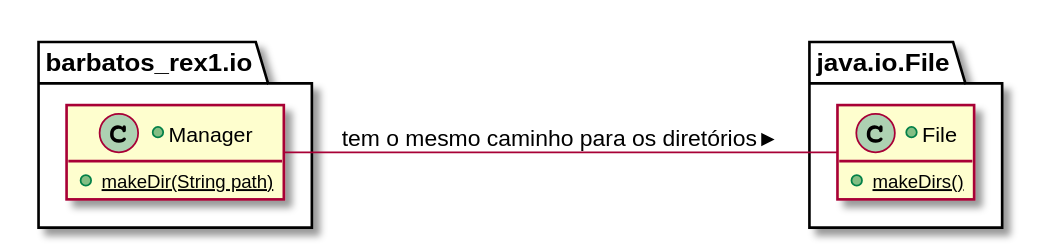
This is docs/UC1_MD.svg from Barbatos-Rex/IOLib, a PlantUML export, as it was before one commit.
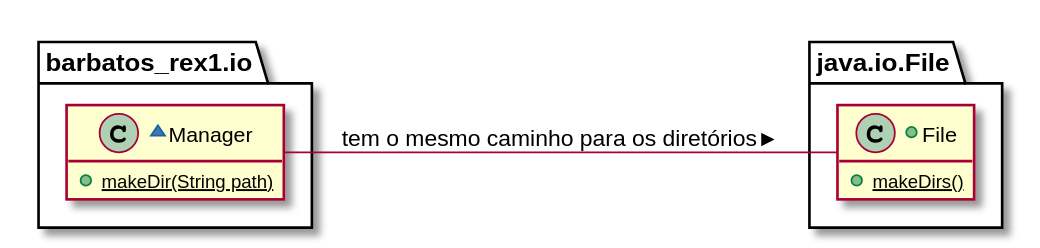
After the commit.

The edit, as a diff of the source:
```diff
@@ -2,7 +2,7 @@
 left to right direction
 hide fields
 package barbatos_rex1.io{
-    +class Manager{
+    ~class Manager{
         {static}+makeDir(String path)
     }
 }
```
